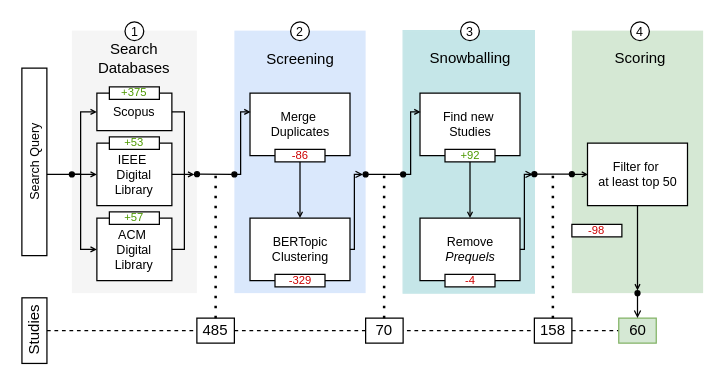
The draw.io diagram page "Seite-2" (2 of 2) of SMS Conduction diagramm.drawio in mhecktor/draw.io, before the edit. Source tidied: cells renumbered, new cells numbered last; positions are measured from the earlier drawing's top-left corner, leaving out a move shared by most shapes. Both pictures are drawn from the tidied source at 125%, with x=0, y=0 at pixel (-60, 21).
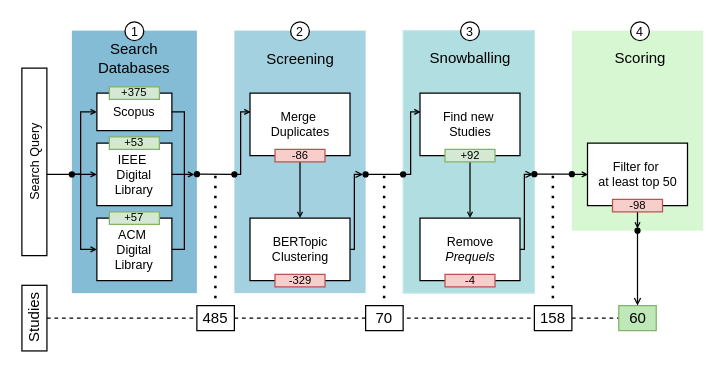
Above is the later version.

The edit, as a diff of the source:
```diff
@@
+    <mxCell id="53" style="endArrow=none;dashed=1;html=1;dashPattern=1 3;strokeWidth=2;rounded=0;exitX=0.5;exitY=0;exitDx=0;exitDy=0;" parent="1" edge="1">
+      <mxGeometry relative="1" as="geometry">
+        <mxPoint x="354.8" y="237" as="sourcePoint" />
+        <mxPoint x="354.8" y="117" as="targetPoint" />
+      </mxGeometry>
+    </mxCell>
+    <mxCell id="55" style="endArrow=none;dashed=1;html=1;dashPattern=1 3;strokeWidth=2;rounded=0;exitX=0.5;exitY=0;exitDx=0;exitDy=0;" parent="1" edge="1">
+      <mxGeometry relative="1" as="geometry">
+        <mxPoint x="489.8" y="237" as="sourcePoint" />
+        <mxPoint x="489.8" y="117" as="targetPoint" />
+      </mxGeometry>
+    </mxCell>
+    <mxCell id="59" style="endArrow=none;dashed=1;html=1;dashPattern=1 3;strokeWidth=2;rounded=0;exitX=0.5;exitY=0;exitDx=0;exitDy=0;" parent="1" edge="1">
+      <mxGeometry relative="1" as="geometry">
+        <mxPoint x="219.8" y="237" as="sourcePoint" />
+        <mxPoint x="219.8" y="117" as="targetPoint" />
+      </mxGeometry>
+    </mxCell>
-    <mxCell id="2" style="rounded=0;whiteSpace=wrap;html=1;strokeColor=none;fillColor=#d5e8d4;fontSize=10;" parent="1" vertex="1">
-      <mxGeometry x="505" y="7" width="105" height="210" as="geometry" />
+    <mxCell id="2" style="rounded=0;whiteSpace=wrap;html=1;strokeColor=none;fillColor=#D6F7D2;fontSize=10;" parent="1" vertex="1">
+      <mxGeometry x="505" y="7" width="105" height="160" as="geometry" />
     </mxCell>
-    <mxCell id="3" style="rounded=0;whiteSpace=wrap;html=1;strokeColor=#C5E6E8;fillColor=#C5E6E8;fontSize=10;" parent="1" vertex="1">
+    <mxCell id="3" style="rounded=0;whiteSpace=wrap;html=1;strokeColor=#C5E6E8;fillColor=#B1DEE0;fontSize=10;" parent="1" vertex="1">
       <mxGeometry x="370" y="7" width="105" height="210" as="geometry" />
     </mxCell>
-    <mxCell id="4" style="rounded=0;whiteSpace=wrap;html=1;strokeColor=none;fillColor=#f5f5f5;fontColor=#333333;" parent="1" vertex="1">
+    <mxCell id="4" style="rounded=0;whiteSpace=wrap;html=1;strokeColor=none;fillColor=#83BCD4;fontColor=#333333;" parent="1" vertex="1">
       <mxGeometry x="105" y="7" width="100" height="210" as="geometry" />
     </mxCell>
@@
-    <mxCell id="13" style="rounded=0;whiteSpace=wrap;html=1;strokeColor=none;fillColor=#dae8fc;fontSize=10;" parent="1" vertex="1">
+    <mxCell id="13" style="rounded=0;whiteSpace=wrap;html=1;strokeColor=none;fillColor=#A4D1E0;fontSize=10;" parent="1" vertex="1">
       <mxGeometry x="235" y="7" width="105" height="210" as="geometry" />
     </mxCell>
@@
-    <mxCell id="24" value="+375" style="text;html=1;whiteSpace=wrap;align=center;verticalAlign=middle;rounded=0;fontSize=9;fillColor=#FFFFFF;fontColor=#4D9900;strokeColor=#030303;" parent="1" vertex="1">
+    <mxCell id="24" value="+375" style="text;html=1;whiteSpace=wrap;align=center;verticalAlign=middle;rounded=0;fontSize=9;fillColor=#d5e8d4;strokeColor=#82b366;" parent="1" vertex="1">
       <mxGeometry x="135" y="52" width="40" height="10" as="geometry" />
     </mxCell>
-    <mxCell id="25" value="+53" style="text;html=1;whiteSpace=wrap;align=center;verticalAlign=middle;rounded=0;fontSize=9;fillColor=#FFFFFF;fontColor=#4D9900;strokeColor=#030303;" parent="1" vertex="1">
+    <mxCell id="25" value="+53" style="text;html=1;whiteSpace=wrap;align=center;verticalAlign=middle;rounded=0;fontSize=9;fillColor=#d5e8d4;strokeColor=#82b366;" parent="1" vertex="1">
       <mxGeometry x="135" y="92" width="40" height="10" as="geometry" />
     </mxCell>
-    <mxCell id="26" value="+57" style="text;html=1;whiteSpace=wrap;align=center;verticalAlign=middle;rounded=0;fontSize=9;fillColor=#FFFFFF;fontColor=#4D9900;strokeColor=#030303;" parent="1" vertex="1">
+    <mxCell id="26" value="+57" style="text;html=1;whiteSpace=wrap;align=center;verticalAlign=middle;rounded=0;fontSize=9;fillColor=#d5e8d4;strokeColor=#82b366;" parent="1" vertex="1">
       <mxGeometry x="135" y="152" width="40" height="10" as="geometry" />
     </mxCell>
     <mxCell id="27" style="edgeStyle=orthogonalEdgeStyle;rounded=0;jettySize=auto;html=1;exitX=0.5;exitY=1;exitDx=0;exitDy=0;endArrow=none;endFill=0;dashed=1;" parent="1" edge="1" source="28">
       <mxGeometry relative="1" as="geometry">
-        <mxPoint x="560" y="247" as="targetPoint" />
+        <mxPoint x="560" y="237" as="targetPoint" />
         <Array as="points">
-          <mxPoint x="510" y="247" />
+          <mxPoint x="510" y="237" />
         </Array>
       </mxGeometry>
     </mxCell>
     <mxCell id="28" value="Studies" style="rounded=0;whiteSpace=wrap;html=1;rotation=-90;" parent="1" vertex="1">
-      <mxGeometry x="48.8" y="237" width="52.5" height="20" as="geometry" />
+      <mxGeometry x="48.8" y="227" width="52.5" height="20" as="geometry" />
     </mxCell>
     <mxCell id="29" value="485" style="rounded=0;whiteSpace=wrap;html=1;" parent="1" vertex="1">
-      <mxGeometry x="205" y="237" width="30" height="20" as="geometry" />
+      <mxGeometry x="205" y="227" width="30" height="20" as="geometry" />
     </mxCell>
-    <mxCell id="30" style="endArrow=none;dashed=1;html=1;dashPattern=1 3;strokeWidth=2;rounded=0;exitX=0.5;exitY=0;exitDx=0;exitDy=0;" parent="1" edge="1" source="29">
-      <mxGeometry relative="1" as="geometry">
-        <mxPoint x="220" y="117" as="targetPoint" />
-      </mxGeometry>
-    </mxCell>
@@
-    <mxCell id="33" value="-86" style="text;html=1;whiteSpace=wrap;align=center;verticalAlign=middle;rounded=0;fontSize=9;fillColor=#FFFFFF;fontColor=#CC0000;strokeColor=#030303;" parent="1" vertex="1">
+    <mxCell id="33" value="-86" style="text;html=1;whiteSpace=wrap;align=center;verticalAlign=middle;rounded=0;fontSize=9;fillColor=#f8cecc;strokeColor=#b85450;" parent="1" vertex="1">
       <mxGeometry x="267.5" y="102" width="40" height="10" as="geometry" />
     </mxCell>
-    <mxCell id="34" value="-329" style="text;html=1;whiteSpace=wrap;align=center;verticalAlign=middle;rounded=0;fontSize=9;fillColor=#FFFFFF;fontColor=#CC0000;strokeColor=#030303;" parent="1" vertex="1">
+    <mxCell id="34" value="-329" style="text;html=1;whiteSpace=wrap;align=center;verticalAlign=middle;rounded=0;fontSize=9;fillColor=#f8cecc;strokeColor=#b85450;" parent="1" vertex="1">
       <mxGeometry x="267.5" y="202" width="40" height="10" as="geometry" />
     </mxCell>
@@
-    <mxCell id="43" value="+92" style="text;html=1;whiteSpace=wrap;align=center;verticalAlign=middle;rounded=0;fontSize=9;fillColor=#FFFFFF;fontColor=#4D9900;strokeColor=#030303;" parent="1" vertex="1">
+    <mxCell id="43" value="+92" style="text;html=1;whiteSpace=wrap;align=center;verticalAlign=middle;rounded=0;fontSize=9;fillColor=#d5e8d4;strokeColor=#82b366;" parent="1" vertex="1">
       <mxGeometry x="403.5" y="102" width="40" height="10" as="geometry" />
     </mxCell>
-    <mxCell id="44" value="-4" style="text;html=1;whiteSpace=wrap;align=center;verticalAlign=middle;rounded=0;fontSize=9;fillColor=#FFFFFF;fontColor=#CC0000;strokeColor=#030303;" parent="1" vertex="1">
+    <mxCell id="44" value="-4" style="text;html=1;whiteSpace=wrap;align=center;verticalAlign=middle;rounded=0;fontSize=9;fillColor=#f8cecc;strokeColor=#b85450;" parent="1" vertex="1">
       <mxGeometry x="403.5" y="202" width="40" height="10" as="geometry" />
     </mxCell>
@@
-    <mxCell id="51" value="-98" style="text;html=1;whiteSpace=wrap;align=center;verticalAlign=middle;rounded=0;fontSize=9;fillColor=#FFFFFF;fontColor=#CC0000;strokeColor=#030303;" parent="1" vertex="1">
-      <mxGeometry x="505" y="162" width="40" height="10" as="geometry" />
-    </mxCell>
     <mxCell id="52" value="70" style="rounded=0;whiteSpace=wrap;html=1;" parent="1" vertex="1">
-      <mxGeometry x="340" y="237" width="30" height="20" as="geometry" />
+      <mxGeometry x="340" y="227" width="30" height="20" as="geometry" />
     </mxCell>
-    <mxCell id="53" style="endArrow=none;dashed=1;html=1;dashPattern=1 3;strokeWidth=2;rounded=0;exitX=0.5;exitY=0;exitDx=0;exitDy=0;" parent="1" edge="1">
-      <mxGeometry relative="1" as="geometry">
-        <mxPoint x="354.8" y="237" as="sourcePoint" />
-        <mxPoint x="354.8" y="117" as="targetPoint" />
-      </mxGeometry>
-    </mxCell>
     <mxCell id="54" value="158" style="rounded=0;whiteSpace=wrap;html=1;" parent="1" vertex="1">
-      <mxGeometry x="475" y="237" width="30" height="20" as="geometry" />
+      <mxGeometry x="475" y="227" width="30" height="20" as="geometry" />
     </mxCell>
-    <mxCell id="55" style="endArrow=none;dashed=1;html=1;dashPattern=1 3;strokeWidth=2;rounded=0;exitX=0.5;exitY=0;exitDx=0;exitDy=0;" parent="1" edge="1">
-      <mxGeometry relative="1" as="geometry">
-        <mxPoint x="489.8" y="237" as="sourcePoint" />
-        <mxPoint x="489.8" y="117" as="targetPoint" />
-      </mxGeometry>
-    </mxCell>
-    <mxCell id="56" value="60" style="rounded=0;whiteSpace=wrap;html=1;fillColor=#d5e8d4;strokeColor=#82b366;" parent="1" vertex="1">
-      <mxGeometry x="542.5" y="237" width="30" height="20" as="geometry" />
+    <mxCell id="56" value="60" style="rounded=0;whiteSpace=wrap;html=1;fillColor=#BEE8B7;strokeColor=#82b366;" parent="1" vertex="1">
+      <mxGeometry x="542.5" y="227" width="30" height="20" as="geometry" />
     </mxCell>
@@
+    <mxCell id="51" value="-98" style="text;html=1;whiteSpace=wrap;align=center;verticalAlign=middle;rounded=0;fontSize=9;fillColor=#f8cecc;strokeColor=#b85450;" parent="1" vertex="1">
+      <mxGeometry x="537.5" y="142" width="40" height="10" as="geometry" />
+    </mxCell>
```
